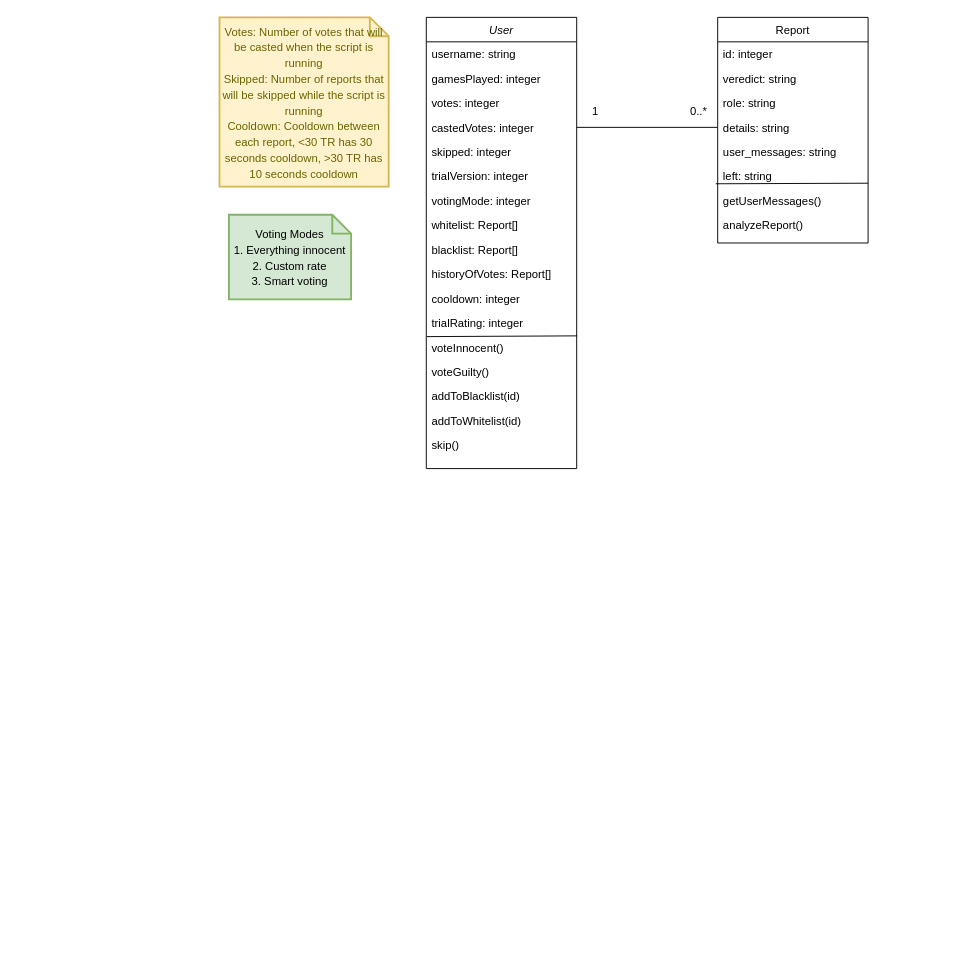
NeutronBlast/IS-Ex keeps this draw.io diagram as MOD/CD.drawio. Above is the earlier version. Source tidied: cells renumbered, new cells numbered last; positions are measured from the earlier drawing's top-left corner, leaving out a move shared by most shapes. Both pictures are drawn from the tidied source at 94%, with x=0, y=0 at pixel (219, 17).
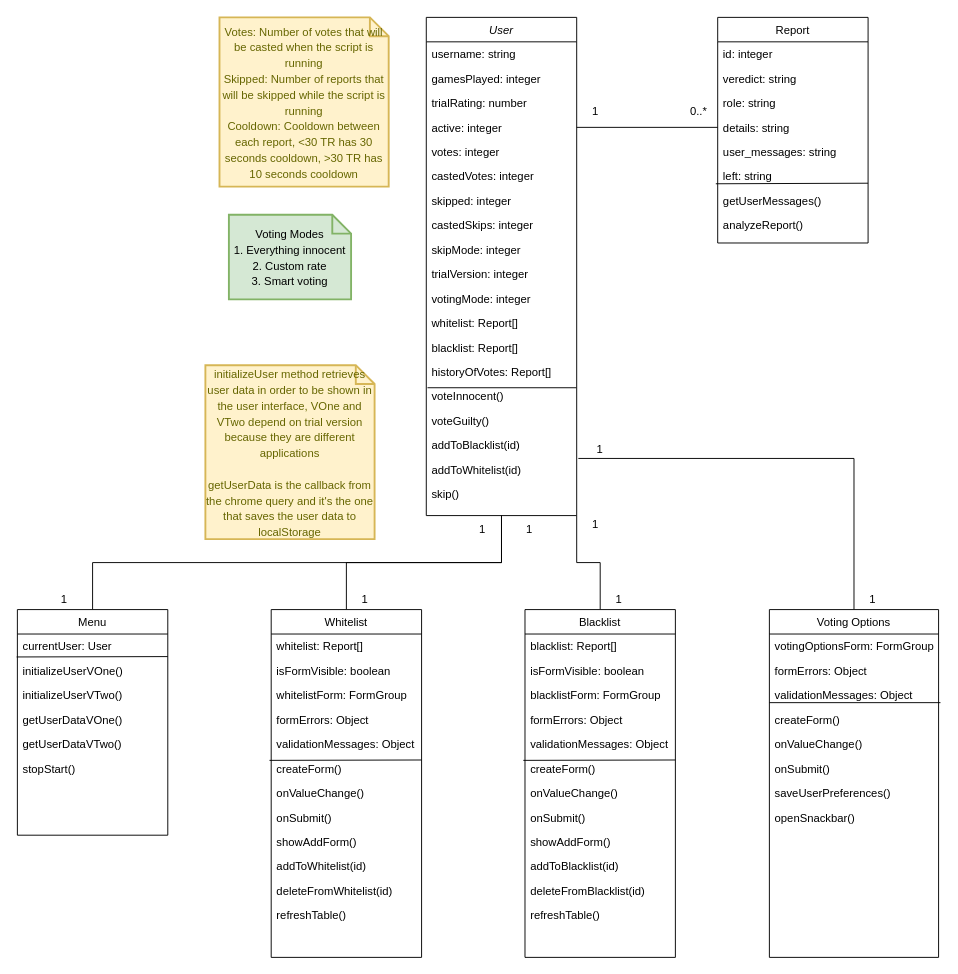
The same diagram, later.

What changed in the source:
```diff
@@
+    <mxCell id="36" style="edgeStyle=orthogonalEdgeStyle;rounded=0;jettySize=auto;html=1;exitX=0.5;exitY=1;exitDx=0;exitDy=0;entryX=0.5;entryY=0;entryDx=0;entryDy=0;endArrow=none;endFill=0;" parent="1" edge="1" source="2" target="51">
+      <mxGeometry relative="1" as="geometry" />
+    </mxCell>
     <mxCell id="2" value="User" style="swimlane;fontStyle=2;align=center;verticalAlign=top;horizontal=1;startSize=26;rounded=0;shadow=0;strokeWidth=1;" parent="1" vertex="1">
-      <mxGeometry x="220" width="160" height="480" as="geometry" />
+      <mxGeometry x="220" width="160" height="530" as="geometry" />
     </mxCell>
@@
-    <mxCell id="5" value="votes: integer" style="text;align=left;verticalAlign=top;spacingLeft=4;spacingRight=4;overflow=hidden;rounded=0;shadow=0;html=0;" parent="2" vertex="1">
+    <mxCell id="5" value="trialRating: number" style="text;align=left;verticalAlign=top;spacingLeft=4;spacingRight=4;overflow=hidden;rounded=0;shadow=0;html=0;" parent="2" vertex="1">
       <mxGeometry y="78" width="160" height="26" as="geometry" />
     </mxCell>
-    <mxCell id="6" value="castedVotes: integer" style="text;align=left;verticalAlign=top;spacingLeft=4;spacingRight=4;overflow=hidden;points=[[0,0.5],[1,0.5]];portConstraint=eastwest;rounded=0;shadow=0;html=0;" parent="2" vertex="1">
+    <mxCell id="6" value="active: integer" style="text;align=left;verticalAlign=top;spacingLeft=4;spacingRight=4;overflow=hidden;points=[[0,0.5],[1,0.5]];portConstraint=eastwest;rounded=0;shadow=0;html=0;" parent="2" vertex="1">
       <mxGeometry y="104" width="160" height="26" as="geometry" />
     </mxCell>
-    <mxCell id="7" value="skipped: integer" style="text;align=left;verticalAlign=top;spacingLeft=4;spacingRight=4;overflow=hidden;rounded=0;shadow=0;html=0;" parent="2" vertex="1">
+    <mxCell id="7" value="votes: integer" style="text;align=left;verticalAlign=top;spacingLeft=4;spacingRight=4;overflow=hidden;rounded=0;shadow=0;html=0;" parent="2" vertex="1">
       <mxGeometry y="130" width="160" height="26" as="geometry" />
     </mxCell>
-    <mxCell id="8" value="trialVersion: integer" style="text;align=left;verticalAlign=top;spacingLeft=4;spacingRight=4;overflow=hidden;rounded=0;shadow=0;html=0;" parent="2" vertex="1">
+    <mxCell id="8" value="castedVotes: integer" style="text;align=left;verticalAlign=top;spacingLeft=4;spacingRight=4;overflow=hidden;rounded=0;shadow=0;html=0;" parent="2" vertex="1">
       <mxGeometry y="156" width="160" height="26" as="geometry" />
     </mxCell>
-    <mxCell id="9" value="votingMode: integer" style="text;align=left;verticalAlign=top;spacingLeft=4;spacingRight=4;overflow=hidden;rounded=0;shadow=0;html=0;" parent="2" vertex="1">
+    <mxCell id="9" value="skipped: integer" style="text;align=left;verticalAlign=top;spacingLeft=4;spacingRight=4;overflow=hidden;rounded=0;shadow=0;html=0;" parent="2" vertex="1">
       <mxGeometry y="182" width="160" height="26" as="geometry" />
     </mxCell>
-    <mxCell id="10" value="whitelist: Report[]" style="text;align=left;verticalAlign=top;spacingLeft=4;spacingRight=4;overflow=hidden;rounded=0;shadow=0;html=0;" parent="2" vertex="1">
+    <mxCell id="10" value="castedSkips: integer" style="text;align=left;verticalAlign=top;spacingLeft=4;spacingRight=4;overflow=hidden;rounded=0;shadow=0;html=0;" parent="2" vertex="1">
       <mxGeometry y="208" width="160" height="26" as="geometry" />
     </mxCell>
-    <mxCell id="11" value="blacklist: Report[]" style="text;align=left;verticalAlign=top;spacingLeft=4;spacingRight=4;overflow=hidden;rounded=0;shadow=0;html=0;" parent="2" vertex="1">
+    <mxCell id="11" value="skipMode: integer" style="text;align=left;verticalAlign=top;spacingLeft=4;spacingRight=4;overflow=hidden;rounded=0;shadow=0;html=0;" parent="2" vertex="1">
       <mxGeometry y="234" width="160" height="26" as="geometry" />
     </mxCell>
-    <mxCell id="12" value="historyOfVotes: Report[]" style="text;align=left;verticalAlign=top;spacingLeft=4;spacingRight=4;overflow=hidden;rounded=0;shadow=0;html=0;" parent="2" vertex="1">
+    <mxCell id="12" value="trialVersion: integer" style="text;align=left;verticalAlign=top;spacingLeft=4;spacingRight=4;overflow=hidden;rounded=0;shadow=0;html=0;" parent="2" vertex="1">
       <mxGeometry y="260" width="160" height="26" as="geometry" />
     </mxCell>
-    <mxCell id="13" value="cooldown: integer" style="text;align=left;verticalAlign=top;spacingLeft=4;spacingRight=4;overflow=hidden;rounded=0;shadow=0;html=0;" parent="2" vertex="1">
+    <mxCell id="13" value="votingMode: integer" style="text;align=left;verticalAlign=top;spacingLeft=4;spacingRight=4;overflow=hidden;rounded=0;shadow=0;html=0;" parent="2" vertex="1">
       <mxGeometry y="286" width="160" height="26" as="geometry" />
     </mxCell>
-    <mxCell id="14" value="trialRating: integer" style="text;align=left;verticalAlign=top;spacingLeft=4;spacingRight=4;overflow=hidden;rounded=0;shadow=0;html=0;" parent="2" vertex="1">
+    <mxCell id="14" value="whitelist: Report[]" style="text;align=left;verticalAlign=top;spacingLeft=4;spacingRight=4;overflow=hidden;rounded=0;shadow=0;html=0;" parent="2" vertex="1">
       <mxGeometry y="312" width="160" height="26" as="geometry" />
     </mxCell>
+    <mxCell id="37" value="blacklist: Report[]" style="text;align=left;verticalAlign=top;spacingLeft=4;spacingRight=4;overflow=hidden;rounded=0;shadow=0;html=0;" parent="2" vertex="1">
+      <mxGeometry y="338" width="160" height="26" as="geometry" />
+    </mxCell>
+    <mxCell id="38" value="historyOfVotes: Report[]" style="text;align=left;verticalAlign=top;spacingLeft=4;spacingRight=4;overflow=hidden;points=[[0,0.5],[1,0.5]];portConstraint=eastwest;rounded=0;shadow=0;html=0;" parent="2" vertex="1">
+      <mxGeometry y="364" width="160" height="26" as="geometry" />
+    </mxCell>
+    <mxCell id="16" style="endArrow=none;html=1;exitX=0.998;exitY=1.154;exitDx=0;exitDy=0;entryX=0.008;entryY=1.154;entryDx=0;entryDy=0;entryPerimeter=0;exitPerimeter=0;" parent="2" edge="1" source="38" target="38">
+      <mxGeometry relative="1" as="geometry" />
+    </mxCell>
     <mxCell id="15" value="voteInnocent()" style="text;align=left;verticalAlign=top;spacingLeft=4;spacingRight=4;overflow=hidden;points=[[0,0.5],[1,0.5]];portConstraint=eastwest;rounded=0;shadow=0;html=0;" parent="2" vertex="1">
-      <mxGeometry y="338" width="160" height="26" as="geometry" />
+      <mxGeometry y="390" width="160" height="26" as="geometry" />
     </mxCell>
-    <mxCell id="16" style="endArrow=none;html=1;exitX=1.003;exitY=0.031;exitDx=0;exitDy=0;entryX=0.003;entryY=0.062;entryDx=0;entryDy=0;entryPerimeter=0;exitPerimeter=0;" parent="2" edge="1" source="15" target="15">
-      <mxGeometry relative="1" as="geometry" />
-    </mxCell>
     <mxCell id="17" value="voteGuilty()" style="text;align=left;verticalAlign=top;spacingLeft=4;spacingRight=4;overflow=hidden;rounded=0;shadow=0;html=0;" parent="2" vertex="1">
-      <mxGeometry y="364" width="160" height="26" as="geometry" />
+      <mxGeometry y="416" width="160" height="26" as="geometry" />
     </mxCell>
     <mxCell id="18" value="addToBlacklist(id)" style="text;align=left;verticalAlign=top;spacingLeft=4;spacingRight=4;overflow=hidden;points=[[0,0.5],[1,0.5]];portConstraint=eastwest;rounded=0;shadow=0;html=0;" parent="2" vertex="1">
-      <mxGeometry y="390" width="160" height="26" as="geometry" />
+      <mxGeometry y="442" width="160" height="26" as="geometry" />
     </mxCell>
     <mxCell id="19" value="addToWhitelist(id)" style="text;align=left;verticalAlign=top;spacingLeft=4;spacingRight=4;overflow=hidden;rounded=0;shadow=0;html=0;" parent="2" vertex="1">
-      <mxGeometry y="416" width="160" height="26" as="geometry" />
+      <mxGeometry y="468" width="160" height="26" as="geometry" />
     </mxCell>
     <mxCell id="20" value="skip()" style="text;align=left;verticalAlign=top;spacingLeft=4;spacingRight=4;overflow=hidden;rounded=0;shadow=0;html=0;" parent="2" vertex="1">
-      <mxGeometry y="442" width="160" height="26" as="geometry" />
+      <mxGeometry y="494" width="160" height="26" as="geometry" />
     </mxCell>
@@
+    <mxCell id="39" style="edgeStyle=orthogonalEdgeStyle;rounded=0;jettySize=auto;html=1;exitX=0.5;exitY=0;exitDx=0;exitDy=0;entryX=0.5;entryY=1;entryDx=0;entryDy=0;endArrow=none;endFill=0;" parent="1" edge="1" source="40" target="2">
+      <mxGeometry relative="1" as="geometry" />
+    </mxCell>
+    <mxCell id="40" value="Menu" style="swimlane;fontStyle=0;align=center;verticalAlign=top;horizontal=1;startSize=26;rounded=0;shadow=0;strokeWidth=1;" parent="1" vertex="1">
+      <mxGeometry x="-215" y="630" width="160" height="240" as="geometry" />
+    </mxCell>
+    <mxCell id="41" value="currentUser: User" style="text;align=left;verticalAlign=top;spacingLeft=4;spacingRight=4;overflow=hidden;" parent="40" vertex="1">
+      <mxGeometry y="26" width="160" height="26" as="geometry" />
+    </mxCell>
+    <mxCell id="42" value="initializeUserVOne()" style="text;align=left;verticalAlign=top;spacingLeft=4;spacingRight=4;overflow=hidden;points=[[0,0.5],[1,0.5]];portConstraint=eastwest;rounded=0;shadow=0;html=0;" parent="40" vertex="1">
+      <mxGeometry y="52" width="160" height="26" as="geometry" />
+    </mxCell>
+    <mxCell id="43" style="endArrow=none;html=1;exitX=-0.005;exitY=-0.062;exitDx=0;exitDy=0;exitPerimeter=0;" parent="40" edge="1" source="42">
+      <mxGeometry relative="1" as="geometry">
+        <mxPoint x="160" y="50" as="targetPoint" />
+      </mxGeometry>
+    </mxCell>
+    <mxCell id="44" value="initializeUserVTwo()" style="text;align=left;verticalAlign=top;spacingLeft=4;spacingRight=4;overflow=hidden;rounded=0;shadow=0;html=0;" parent="40" vertex="1">
+      <mxGeometry y="78" width="160" height="26" as="geometry" />
+    </mxCell>
+    <mxCell id="45" value="getUserDataVOne()" style="text;align=left;verticalAlign=top;spacingLeft=4;spacingRight=4;overflow=hidden;rounded=0;shadow=0;html=0;" parent="40" vertex="1">
+      <mxGeometry y="104" width="160" height="26" as="geometry" />
+    </mxCell>
+    <mxCell id="46" value="getUserDataVTwo()" style="text;align=left;verticalAlign=top;spacingLeft=4;spacingRight=4;overflow=hidden;rounded=0;shadow=0;html=0;" parent="40" vertex="1">
+      <mxGeometry y="130" width="160" height="26" as="geometry" />
+    </mxCell>
+    <mxCell id="47" value="stopStart()" style="text;align=left;verticalAlign=top;spacingLeft=4;spacingRight=4;overflow=hidden;rounded=0;shadow=0;html=0;" parent="40" vertex="1">
+      <mxGeometry y="156" width="160" height="26" as="geometry" />
+    </mxCell>
+    <mxCell id="48" value="1" style="text;html=1;strokeColor=none;fillColor=none;align=center;verticalAlign=middle;whiteSpace=wrap;rounded=0;" parent="1" vertex="1">
+      <mxGeometry x="-185" y="610" width="40" height="20" as="geometry" />
+    </mxCell>
+    <mxCell id="49" value="1" style="text;html=1;strokeColor=none;fillColor=none;align=center;verticalAlign=middle;whiteSpace=wrap;rounded=0;" parent="1" vertex="1">
+      <mxGeometry x="260" y="535" width="40" height="20" as="geometry" />
+    </mxCell>
+    <mxCell id="50" value="&lt;font style=&quot;font-size: 12px&quot;&gt;initializeUser method retrieves user data in order to be shown in the user interface, VOne and VTwo depend on trial version because they are different applications&lt;br&gt;&lt;br&gt;getUserData is the callback from the chrome query and it's the one that saves the user data to localStorage&lt;br&gt;&lt;/font&gt;" style="shape=note;strokeWidth=2;fontSize=14;size=20;whiteSpace=wrap;html=1;fillColor=#fff2cc;strokeColor=#d6b656;fontColor=#666600;" parent="1" vertex="1">
+      <mxGeometry x="-15" y="370" width="180" height="185" as="geometry" />
+    </mxCell>
+    <mxCell id="51" value="Whitelist" style="swimlane;fontStyle=0;align=center;verticalAlign=top;horizontal=1;startSize=26;rounded=0;shadow=0;strokeWidth=1;" parent="1" vertex="1">
+      <mxGeometry x="55" y="630" width="160" height="370" as="geometry" />
+    </mxCell>
+    <mxCell id="52" value="whitelist: Report[]" style="text;align=left;verticalAlign=top;spacingLeft=4;spacingRight=4;overflow=hidden;" parent="51" vertex="1">
+      <mxGeometry y="26" width="160" height="26" as="geometry" />
+    </mxCell>
+    <mxCell id="53" value="isFormVisible: boolean" style="text;align=left;verticalAlign=top;spacingLeft=4;spacingRight=4;overflow=hidden;" parent="51" vertex="1">
+      <mxGeometry y="52" width="160" height="26" as="geometry" />
+    </mxCell>
+    <mxCell id="54" value="whitelistForm: FormGroup" style="text;align=left;verticalAlign=top;spacingLeft=4;spacingRight=4;overflow=hidden;" parent="51" vertex="1">
+      <mxGeometry y="78" width="160" height="26" as="geometry" />
+    </mxCell>
+    <mxCell id="55" value="formErrors: Object" style="text;align=left;verticalAlign=top;spacingLeft=4;spacingRight=4;overflow=hidden;" parent="51" vertex="1">
+      <mxGeometry y="104" width="160" height="26" as="geometry" />
+    </mxCell>
+    <mxCell id="56" value="validationMessages: Object" style="text;align=left;verticalAlign=top;spacingLeft=4;spacingRight=4;overflow=hidden;" parent="51" vertex="1">
+      <mxGeometry y="130" width="160" height="26" as="geometry" />
+    </mxCell>
+    <mxCell id="57" style="endArrow=none;html=1;exitX=-0.005;exitY=-0.062;exitDx=0;exitDy=0;exitPerimeter=0;" parent="51" edge="1">
+      <mxGeometry relative="1" as="geometry">
+        <mxPoint x="-1.8" y="160.4" as="sourcePoint" />
+        <mxPoint x="160" y="160" as="targetPoint" />
+      </mxGeometry>
+    </mxCell>
+    <mxCell id="58" value="createForm()" style="text;align=left;verticalAlign=top;spacingLeft=4;spacingRight=4;overflow=hidden;rounded=0;shadow=0;html=0;" parent="51" vertex="1">
+      <mxGeometry y="156" width="160" height="26" as="geometry" />
+    </mxCell>
+    <mxCell id="59" value="onValueChange()" style="text;align=left;verticalAlign=top;spacingLeft=4;spacingRight=4;overflow=hidden;rounded=0;shadow=0;html=0;" parent="51" vertex="1">
+      <mxGeometry y="182" width="160" height="26" as="geometry" />
+    </mxCell>
+    <mxCell id="60" value="onSubmit()" style="text;align=left;verticalAlign=top;spacingLeft=4;spacingRight=4;overflow=hidden;rounded=0;shadow=0;html=0;" parent="51" vertex="1">
+      <mxGeometry y="208" width="160" height="26" as="geometry" />
+    </mxCell>
+    <mxCell id="61" value="showAddForm()" style="text;align=left;verticalAlign=top;spacingLeft=4;spacingRight=4;overflow=hidden;rounded=0;shadow=0;html=0;" parent="51" vertex="1">
+      <mxGeometry y="234" width="160" height="26" as="geometry" />
+    </mxCell>
+    <mxCell id="62" value="addToWhitelist(id)" style="text;align=left;verticalAlign=top;spacingLeft=4;spacingRight=4;overflow=hidden;rounded=0;shadow=0;html=0;" parent="51" vertex="1">
+      <mxGeometry y="260" width="160" height="26" as="geometry" />
+    </mxCell>
+    <mxCell id="63" value="deleteFromWhitelist(id)" style="text;align=left;verticalAlign=top;spacingLeft=4;spacingRight=4;overflow=hidden;rounded=0;shadow=0;html=0;" parent="51" vertex="1">
+      <mxGeometry y="286" width="160" height="26" as="geometry" />
+    </mxCell>
+    <mxCell id="64" value="refreshTable()" style="text;align=left;verticalAlign=top;spacingLeft=4;spacingRight=4;overflow=hidden;rounded=0;shadow=0;html=0;" parent="51" vertex="1">
+      <mxGeometry y="312" width="160" height="26" as="geometry" />
+    </mxCell>
+    <mxCell id="65" value="1" style="text;html=1;strokeColor=none;fillColor=none;align=center;verticalAlign=middle;whiteSpace=wrap;rounded=0;" parent="1" vertex="1">
+      <mxGeometry x="310" y="535" width="40" height="20" as="geometry" />
+    </mxCell>
+    <mxCell id="66" value="1" style="text;html=1;strokeColor=none;fillColor=none;align=center;verticalAlign=middle;whiteSpace=wrap;rounded=0;" parent="1" vertex="1">
+      <mxGeometry x="135" y="610" width="40" height="20" as="geometry" />
+    </mxCell>
+    <mxCell id="67" style="edgeStyle=orthogonalEdgeStyle;rounded=0;jettySize=auto;html=1;exitX=0.5;exitY=0;exitDx=0;exitDy=0;entryX=1;entryY=1;entryDx=0;entryDy=0;endArrow=none;endFill=0;" parent="1" edge="1" source="68" target="2">
+      <mxGeometry relative="1" as="geometry" />
+    </mxCell>
+    <mxCell id="68" value="Blacklist" style="swimlane;fontStyle=0;align=center;verticalAlign=top;horizontal=1;startSize=26;rounded=0;shadow=0;strokeWidth=1;" parent="1" vertex="1">
+      <mxGeometry x="325" y="630" width="160" height="370" as="geometry" />
+    </mxCell>
+    <mxCell id="69" value="blacklist: Report[]" style="text;align=left;verticalAlign=top;spacingLeft=4;spacingRight=4;overflow=hidden;" parent="68" vertex="1">
+      <mxGeometry y="26" width="160" height="26" as="geometry" />
+    </mxCell>
+    <mxCell id="70" value="isFormVisible: boolean" style="text;align=left;verticalAlign=top;spacingLeft=4;spacingRight=4;overflow=hidden;" parent="68" vertex="1">
+      <mxGeometry y="52" width="160" height="26" as="geometry" />
+    </mxCell>
+    <mxCell id="71" value="blacklistForm: FormGroup" style="text;align=left;verticalAlign=top;spacingLeft=4;spacingRight=4;overflow=hidden;" parent="68" vertex="1">
+      <mxGeometry y="78" width="160" height="26" as="geometry" />
+    </mxCell>
+    <mxCell id="72" value="formErrors: Object" style="text;align=left;verticalAlign=top;spacingLeft=4;spacingRight=4;overflow=hidden;" parent="68" vertex="1">
+      <mxGeometry y="104" width="160" height="26" as="geometry" />
+    </mxCell>
+    <mxCell id="73" value="validationMessages: Object" style="text;align=left;verticalAlign=top;spacingLeft=4;spacingRight=4;overflow=hidden;" parent="68" vertex="1">
+      <mxGeometry y="130" width="160" height="26" as="geometry" />
+    </mxCell>
+    <mxCell id="74" style="endArrow=none;html=1;exitX=-0.005;exitY=-0.062;exitDx=0;exitDy=0;exitPerimeter=0;" parent="68" edge="1">
+      <mxGeometry relative="1" as="geometry">
+        <mxPoint x="-1.8" y="160.4" as="sourcePoint" />
+        <mxPoint x="160" y="160" as="targetPoint" />
+      </mxGeometry>
+    </mxCell>
+    <mxCell id="75" value="createForm()" style="text;align=left;verticalAlign=top;spacingLeft=4;spacingRight=4;overflow=hidden;rounded=0;shadow=0;html=0;" parent="68" vertex="1">
+      <mxGeometry y="156" width="160" height="26" as="geometry" />
+    </mxCell>
+    <mxCell id="76" value="onValueChange()" style="text;align=left;verticalAlign=top;spacingLeft=4;spacingRight=4;overflow=hidden;rounded=0;shadow=0;html=0;" parent="68" vertex="1">
+      <mxGeometry y="182" width="160" height="26" as="geometry" />
+    </mxCell>
+    <mxCell id="77" value="onSubmit()" style="text;align=left;verticalAlign=top;spacingLeft=4;spacingRight=4;overflow=hidden;rounded=0;shadow=0;html=0;" parent="68" vertex="1">
+      <mxGeometry y="208" width="160" height="26" as="geometry" />
+    </mxCell>
+    <mxCell id="78" value="showAddForm()" style="text;align=left;verticalAlign=top;spacingLeft=4;spacingRight=4;overflow=hidden;rounded=0;shadow=0;html=0;" parent="68" vertex="1">
+      <mxGeometry y="234" width="160" height="26" as="geometry" />
+    </mxCell>
+    <mxCell id="79" value="addToBlacklist(id)" style="text;align=left;verticalAlign=top;spacingLeft=4;spacingRight=4;overflow=hidden;rounded=0;shadow=0;html=0;" parent="68" vertex="1">
+      <mxGeometry y="260" width="160" height="26" as="geometry" />
+    </mxCell>
+    <mxCell id="80" value="deleteFromBlacklist(id)" style="text;align=left;verticalAlign=top;spacingLeft=4;spacingRight=4;overflow=hidden;rounded=0;shadow=0;html=0;" parent="68" vertex="1">
+      <mxGeometry y="286" width="160" height="26" as="geometry" />
+    </mxCell>
+    <mxCell id="81" value="refreshTable()" style="text;align=left;verticalAlign=top;spacingLeft=4;spacingRight=4;overflow=hidden;rounded=0;shadow=0;html=0;" parent="68" vertex="1">
+      <mxGeometry y="312" width="160" height="26" as="geometry" />
+    </mxCell>
+    <mxCell id="82" value="1" style="text;html=1;strokeColor=none;fillColor=none;align=center;verticalAlign=middle;whiteSpace=wrap;rounded=0;" parent="1" vertex="1">
+      <mxGeometry x="380" y="530" width="40" height="20" as="geometry" />
+    </mxCell>
+    <mxCell id="83" value="1" style="text;html=1;strokeColor=none;fillColor=none;align=center;verticalAlign=middle;whiteSpace=wrap;rounded=0;" parent="1" vertex="1">
+      <mxGeometry x="405" y="610" width="40" height="20" as="geometry" />
+    </mxCell>
+    <mxCell id="84" style="edgeStyle=orthogonalEdgeStyle;rounded=0;jettySize=auto;html=1;exitX=0.5;exitY=0;exitDx=0;exitDy=0;entryX=1.011;entryY=1.046;entryDx=0;entryDy=0;entryPerimeter=0;endArrow=none;endFill=0;" parent="1" edge="1" source="85" target="18">
+      <mxGeometry relative="1" as="geometry" />
+    </mxCell>
+    <mxCell id="85" value="Voting Options" style="swimlane;fontStyle=0;align=center;verticalAlign=top;horizontal=1;startSize=26;rounded=0;shadow=0;strokeWidth=1;" parent="1" vertex="1">
+      <mxGeometry x="585" y="630" width="180" height="370" as="geometry" />
+    </mxCell>
+    <mxCell id="86" value="votingOptionsForm: FormGroup" style="text;align=left;verticalAlign=top;spacingLeft=4;spacingRight=4;overflow=hidden;" parent="85" vertex="1">
+      <mxGeometry y="26" width="180" height="26" as="geometry" />
+    </mxCell>
+    <mxCell id="87" value="formErrors: Object" style="text;align=left;verticalAlign=top;spacingLeft=4;spacingRight=4;overflow=hidden;" parent="85" vertex="1">
+      <mxGeometry y="52" width="180" height="26" as="geometry" />
+    </mxCell>
+    <mxCell id="88" value="validationMessages: Object" style="text;align=left;verticalAlign=top;spacingLeft=4;spacingRight=4;overflow=hidden;" parent="85" vertex="1">
+      <mxGeometry y="78" width="180" height="26" as="geometry" />
+    </mxCell>
+    <mxCell id="89" style="endArrow=none;html=1;" parent="85" edge="1">
+      <mxGeometry relative="1" as="geometry">
+        <mxPoint y="99" as="sourcePoint" />
+        <mxPoint x="182" y="99" as="targetPoint" />
+      </mxGeometry>
+    </mxCell>
+    <mxCell id="90" value="createForm()" style="text;align=left;verticalAlign=top;spacingLeft=4;spacingRight=4;overflow=hidden;rounded=0;shadow=0;html=0;" parent="85" vertex="1">
+      <mxGeometry y="104" width="180" height="26" as="geometry" />
+    </mxCell>
+    <mxCell id="91" value="onValueChange()" style="text;align=left;verticalAlign=top;spacingLeft=4;spacingRight=4;overflow=hidden;rounded=0;shadow=0;html=0;" parent="85" vertex="1">
+      <mxGeometry y="130" width="180" height="26" as="geometry" />
+    </mxCell>
+    <mxCell id="92" value="onSubmit()" style="text;align=left;verticalAlign=top;spacingLeft=4;spacingRight=4;overflow=hidden;rounded=0;shadow=0;html=0;" parent="85" vertex="1">
+      <mxGeometry y="156" width="180" height="26" as="geometry" />
+    </mxCell>
+    <mxCell id="93" value="saveUserPreferences()" style="text;align=left;verticalAlign=top;spacingLeft=4;spacingRight=4;overflow=hidden;rounded=0;shadow=0;html=0;" parent="85" vertex="1">
+      <mxGeometry y="182" width="180" height="26" as="geometry" />
+    </mxCell>
+    <mxCell id="94" value="openSnackbar()" style="text;align=left;verticalAlign=top;spacingLeft=4;spacingRight=4;overflow=hidden;rounded=0;shadow=0;html=0;" parent="85" vertex="1">
+      <mxGeometry y="208" width="180" height="26" as="geometry" />
+    </mxCell>
+    <mxCell id="95" value="1" style="text;html=1;strokeColor=none;fillColor=none;align=center;verticalAlign=middle;whiteSpace=wrap;rounded=0;" parent="1" vertex="1">
+      <mxGeometry x="385" y="450" width="40" height="20" as="geometry" />
+    </mxCell>
+    <mxCell id="96" value="1" style="text;html=1;strokeColor=none;fillColor=none;align=center;verticalAlign=middle;whiteSpace=wrap;rounded=0;" parent="1" vertex="1">
+      <mxGeometry x="675" y="610" width="40" height="20" as="geometry" />
+    </mxCell>
```
